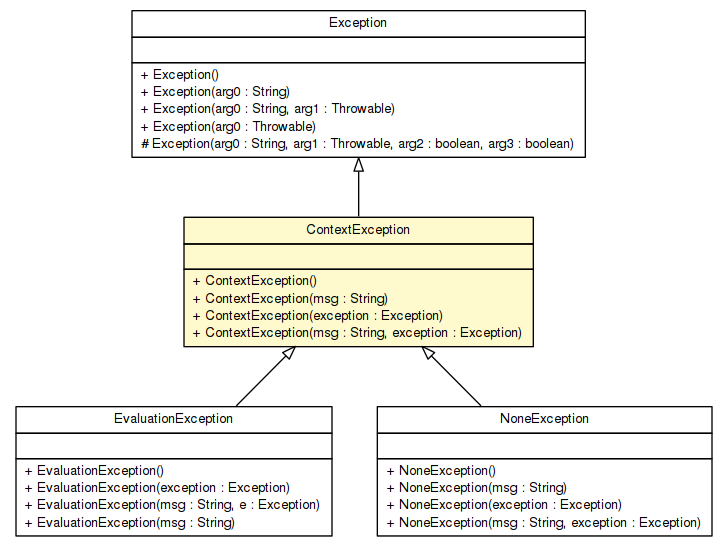
Earlier version of the Graphviz export apidocs/sorcer/service/ContextException.png (sorcersoft/sorcersoft.github.io). Its source is kept beside it as apidocs/sorcer/service/ContextException.dot.
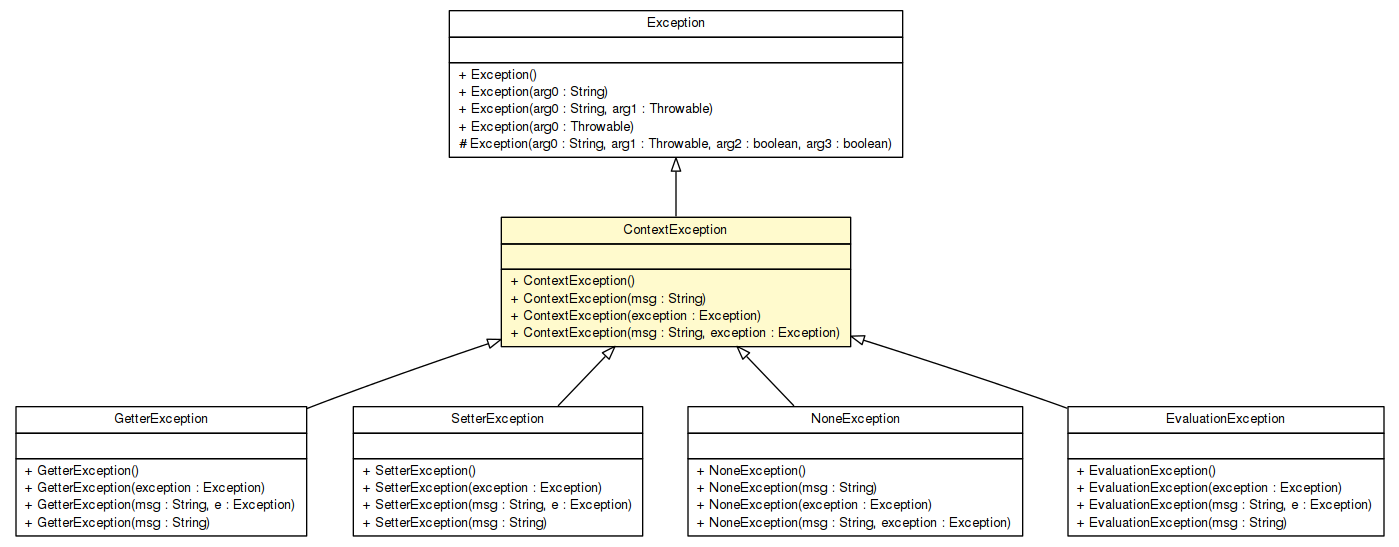
Later version of the same file.

The edit, as a diff of the source:
```diff
@@ -4,7 +4,63 @@
 	node [fontname="Helvetica",fontsize=10,shape=plaintext];
 	nodesep=0.25;
 	ranksep=0.5;
-	c166330 [label=<<table title="sorcer.service.ContextException" border="0" cellborder="1" cellspacing="0" cellpadding="2" port="p" bgcolor="lemonChiffon" href="./ContextException.html">
+	c178113 [label=<<table title="sorcer.service.GetterException" border="0" cellborder="1" cellspacing="0" cellpadding="2" port="p" href="./GetterException.html">
+		<tr><td><table border="0" cellspacing="0" cellpadding="1">
+<tr><td align="center" balign="center"> GetterException </td></tr>
+		</table></td></tr>
+		<tr><td><table border="0" cellspacing="0" cellpadding="1">
+<tr><td align="left" balign="left">  </td></tr>
+		</table></td></tr>
+		<tr><td><table border="0" cellspacing="0" cellpadding="1">
+<tr><td align="left" balign="left"> + GetterException() </td></tr>
+<tr><td align="left" balign="left"> + GetterException(exception : Exception) </td></tr>
+<tr><td align="left" balign="left"> + GetterException(msg : String, e : Exception) </td></tr>
+<tr><td align="left" balign="left"> + GetterException(msg : String) </td></tr>
+		</table></td></tr>
+		</table>>, URL="./GetterException.html", fontname="Helvetica", fontcolor="black", fontsize=10.0];
+	c178142 [label=<<table title="sorcer.service.SetterException" border="0" cellborder="1" cellspacing="0" cellpadding="2" port="p" href="./SetterException.html">
+		<tr><td><table border="0" cellspacing="0" cellpadding="1">
+<tr><td align="center" balign="center"> SetterException </td></tr>
+		</table></td></tr>
+		<tr><td><table border="0" cellspacing="0" cellpadding="1">
+<tr><td align="left" balign="left">  </td></tr>
+		</table></td></tr>
+		<tr><td><table border="0" cellspacing="0" cellpadding="1">
+<tr><td align="left" balign="left"> + SetterException() </td></tr>
+<tr><td align="left" balign="left"> + SetterException(exception : Exception) </td></tr>
+<tr><td align="left" balign="left"> + SetterException(msg : String, e : Exception) </td></tr>
+<tr><td align="left" balign="left"> + SetterException(msg : String) </td></tr>
+		</table></td></tr>
+		</table>>, URL="./SetterException.html", fontname="Helvetica", fontcolor="black", fontsize=10.0];
+	c178155 [label=<<table title="sorcer.service.NoneException" border="0" cellborder="1" cellspacing="0" cellpadding="2" port="p" href="./NoneException.html">
+		<tr><td><table border="0" cellspacing="0" cellpadding="1">
+<tr><td align="center" balign="center"> NoneException </td></tr>
+		</table></td></tr>
+		<tr><td><table border="0" cellspacing="0" cellpadding="1">
+<tr><td align="left" balign="left">  </td></tr>
+		</table></td></tr>
+		<tr><td><table border="0" cellspacing="0" cellpadding="1">
+<tr><td align="left" balign="left"> + NoneException() </td></tr>
+<tr><td align="left" balign="left"> + NoneException(msg : String) </td></tr>
+<tr><td align="left" balign="left"> + NoneException(exception : Exception) </td></tr>
+<tr><td align="left" balign="left"> + NoneException(msg : String, exception : Exception) </td></tr>
+		</table></td></tr>
+		</table>>, URL="./NoneException.html", fontname="Helvetica", fontcolor="black", fontsize=10.0];
+	c178165 [label=<<table title="sorcer.service.EvaluationException" border="0" cellborder="1" cellspacing="0" cellpadding="2" port="p" href="./EvaluationException.html">
+		<tr><td><table border="0" cellspacing="0" cellpadding="1">
+<tr><td align="center" balign="center"> EvaluationException </td></tr>
+		</table></td></tr>
+		<tr><td><table border="0" cellspacing="0" cellpadding="1">
+<tr><td align="left" balign="left">  </td></tr>
+		</table></td></tr>
+		<tr><td><table border="0" cellspacing="0" cellpadding="1">
+<tr><td align="left" balign="left"> + EvaluationException() </td></tr>
+<tr><td align="left" balign="left"> + EvaluationException(exception : Exception) </td></tr>
+<tr><td align="left" balign="left"> + EvaluationException(msg : String, e : Exception) </td></tr>
+<tr><td align="left" balign="left"> + EvaluationException(msg : String) </td></tr>
+		</table></td></tr>
+		</table>>, URL="./EvaluationException.html", fontname="Helvetica", fontcolor="black", fontsize=10.0];
+	c178168 [label=<<table title="sorcer.service.ContextException" border="0" cellborder="1" cellspacing="0" cellpadding="2" port="p" bgcolor="lemonChiffon" href="./ContextException.html">
 		<tr><td><table border="0" cellspacing="0" cellpadding="1">
 <tr><td align="center" balign="center"> ContextException </td></tr>
 		</table></td></tr>
@@ -18,38 +74,12 @@
 <tr><td align="left" balign="left"> + ContextException(msg : String, exception : Exception) </td></tr>
 		</table></td></tr>
 		</table>>, URL="./ContextException.html", fontname="Helvetica", fontcolor="black", fontsize=10.0];
-	c166352 [label=<<table title="sorcer.service.EvaluationException" border="0" cellborder="1" cellspacing="0" cellpadding="2" port="p" href="./EvaluationException.html">
-		<tr><td><table border="0" cellspacing="0" cellpadding="1">
-<tr><td align="center" balign="center"> EvaluationException </td></tr>
-		</table></td></tr>
-		<tr><td><table border="0" cellspacing="0" cellpadding="1">
-<tr><td align="left" balign="left">  </td></tr>
-		</table></td></tr>
-		<tr><td><table border="0" cellspacing="0" cellpadding="1">
-<tr><td align="left" balign="left"> + EvaluationException() </td></tr>
-<tr><td align="left" balign="left"> + EvaluationException(exception : Exception) </td></tr>
-<tr><td align="left" balign="left"> + EvaluationException(msg : String, e : Exception) </td></tr>
-<tr><td align="left" balign="left"> + EvaluationException(msg : String) </td></tr>
-		</table></td></tr>
-		</table>>, URL="./EvaluationException.html", fontname="Helvetica", fontcolor="black", fontsize=10.0];
-	c166375 [label=<<table title="sorcer.service.NoneException" border="0" cellborder="1" cellspacing="0" cellpadding="2" port="p" href="./NoneException.html">
-		<tr><td><table border="0" cellspacing="0" cellpadding="1">
-<tr><td align="center" balign="center"> NoneException </td></tr>
-		</table></td></tr>
-		<tr><td><table border="0" cellspacing="0" cellpadding="1">
-<tr><td align="left" balign="left">  </td></tr>
-		</table></td></tr>
-		<tr><td><table border="0" cellspacing="0" cellpadding="1">
-<tr><td align="left" balign="left"> + NoneException() </td></tr>
-<tr><td align="left" balign="left"> + NoneException(msg : String) </td></tr>
-<tr><td align="left" balign="left"> + NoneException(exception : Exception) </td></tr>
-<tr><td align="left" balign="left"> + NoneException(msg : String, exception : Exception) </td></tr>
-		</table></td></tr>
-		</table>>, URL="./NoneException.html", fontname="Helvetica", fontcolor="black", fontsize=10.0];
-	c166916:p -> c166330:p [dir=back,arrowtail=empty];
-	c166330:p -> c166352:p [dir=back,arrowtail=empty];
-	c166330:p -> c166375:p [dir=back,arrowtail=empty];
-	c166916 [label=<<table title="java.lang.Exception" border="0" cellborder="1" cellspacing="0" cellpadding="2" port="p" href="http://docs.oracle.com/javase/7/docs/api/java/lang/Exception.html">
+	c178168:p -> c178113:p [dir=back,arrowtail=empty];
+	c178168:p -> c178142:p [dir=back,arrowtail=empty];
+	c178168:p -> c178155:p [dir=back,arrowtail=empty];
+	c178168:p -> c178165:p [dir=back,arrowtail=empty];
+	c178637:p -> c178168:p [dir=back,arrowtail=empty];
+	c178637 [label=<<table title="java.lang.Exception" border="0" cellborder="1" cellspacing="0" cellpadding="2" port="p" href="http://docs.oracle.com/javase/7/docs/api/java/lang/Exception.html">
 		<tr><td><table border="0" cellspacing="0" cellpadding="1">
 <tr><td align="center" balign="center"> Exception </td></tr>
 		</table></td></tr>
```
